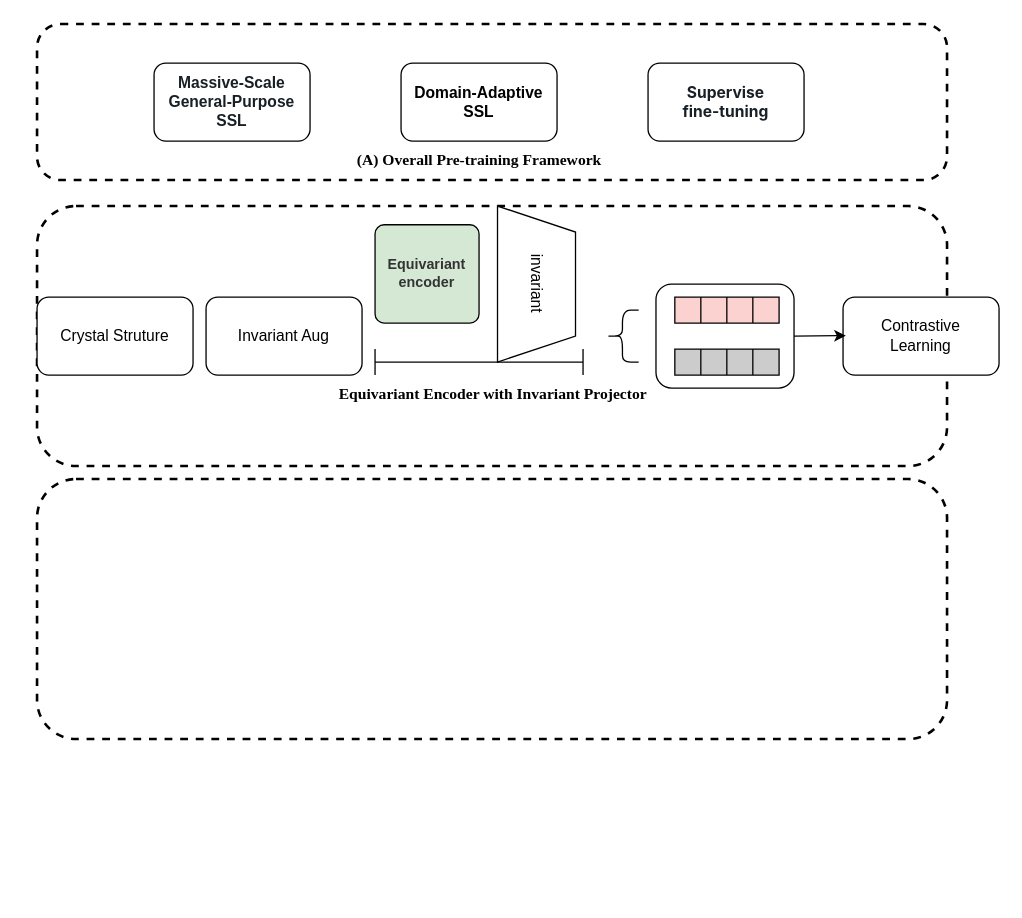
tetean/image-host keeps this draw.io diagram as pic/crystalssl.drawio. Above is the earlier version. Source tidied: cells renumbered, new cells numbered last; positions are measured from the earlier drawing's top-left corner, leaving out a move shared by most shapes. Both pictures are drawn from the tidied source at 130%, with x=0, y=0 at pixel (36, 23).
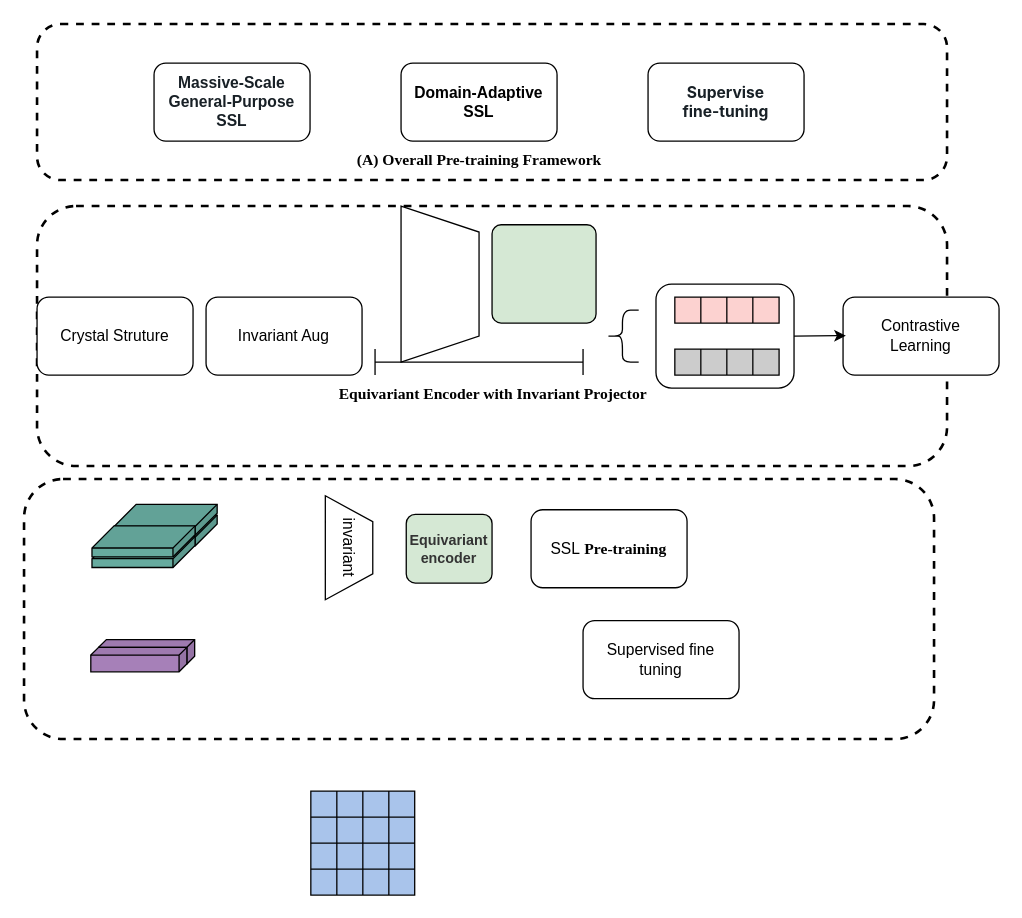
The same page after the edit.

Diff of the diagram source:
```diff
@@
     <mxCell id="10" style="rounded=1;whiteSpace=wrap;html=1;fillColor=none;strokeWidth=2;dashed=1;" parent="1" vertex="1">
-      <mxGeometry y="350" width="700" height="200" as="geometry" />
+      <mxGeometry x="-10" y="350" width="700" height="200" as="geometry" />
     </mxCell>
@@
-    <mxCell id="27" value="Equivariant&#10;encoder" style="rounded=1;absoluteArcSize=1;arcSize=14;whiteSpace=wrap;strokeWidth=1;direction=east;fillColor=#D5E8D4;fontColor=#333333;strokeColor=#000000;fontStyle=1;rotation=0;fontSize=11;labelBackgroundColor=none;" parent="1" vertex="1">
-      <mxGeometry x="260" y="154.4" width="80" height="75.6" as="geometry" />
+    <mxCell id="27" style="rounded=1;absoluteArcSize=1;arcSize=14;whiteSpace=wrap;strokeWidth=1;direction=east;fillColor=#D5E8D4;fontColor=#333333;strokeColor=#000000;fontStyle=1;rotation=0;fontSize=11;labelBackgroundColor=none;" parent="1" vertex="1">
+      <mxGeometry x="350" y="154.4" width="80" height="75.6" as="geometry" />
     </mxCell>
-    <mxCell id="28" value="invariant" style="shape=trapezoid;perimeter=trapezoidPerimeter;whiteSpace=wrap;html=1;fixedSize=1;rotation=90;" parent="1" vertex="1">
-      <mxGeometry x="324.2" y="170" width="120" height="60" as="geometry" />
+    <mxCell id="28" style="shape=trapezoid;perimeter=trapezoidPerimeter;whiteSpace=wrap;html=1;fixedSize=1;rotation=90;" parent="1" vertex="1">
+      <mxGeometry x="250" y="170" width="120" height="60" as="geometry" />
     </mxCell>
@@
+    <mxCell id="31" style="shape=cube;whiteSpace=wrap;html=1;boundedLbl=1;backgroundOutline=1;darkOpacity=0.05;darkOpacity2=0.1;rotation=-90;flipH=0;flipV=1;direction=south;size=17;fillColor=#67AB9F;" parent="1" vertex="1">
+      <mxGeometry x="87" y="350" width="23.8" height="79.3" as="geometry" />
+    </mxCell>
+    <mxCell id="32" style="shape=cube;whiteSpace=wrap;html=1;boundedLbl=1;backgroundOutline=1;darkOpacity=0.05;darkOpacity2=0.1;rotation=-90;flipH=0;flipV=1;direction=south;size=17;fillColor=#67AB9F;" parent="1" vertex="1">
+      <mxGeometry x="70" y="366.5" width="23.8" height="79.3" as="geometry" />
+    </mxCell>
+    <mxCell id="33" style="shape=cube;whiteSpace=wrap;html=1;boundedLbl=1;backgroundOutline=1;darkOpacity=0.05;darkOpacity2=0.1;rotation=-90;flipH=0;flipV=1;direction=south;size=17;fillColor=#67AB9F;" parent="1" vertex="1">
+      <mxGeometry x="87" y="341.7" width="23.8" height="79.3" as="geometry" />
+    </mxCell>
+    <mxCell id="34" style="shape=cube;whiteSpace=wrap;html=1;boundedLbl=1;backgroundOutline=1;darkOpacity=0.05;darkOpacity2=0.1;rotation=-90;flipH=0;flipV=1;direction=south;size=17;fillColor=#67AB9F;" parent="1" vertex="1">
+      <mxGeometry x="70" y="358.3" width="23.8" height="79.3" as="geometry" />
+    </mxCell>
+    <mxCell id="35" style="shape=cube;whiteSpace=wrap;html=1;boundedLbl=1;backgroundOutline=1;darkOpacity=0.05;darkOpacity2=0.1;rotation=-90;flipH=0;flipV=1;direction=south;size=6;fillColor=#A680B8;" parent="1" vertex="1">
+      <mxGeometry x="74.9" y="445.9" width="18.8" height="73.9" as="geometry" />
+    </mxCell>
+    <mxCell id="36" style="shape=cube;whiteSpace=wrap;html=1;boundedLbl=1;backgroundOutline=1;darkOpacity=0.05;darkOpacity2=0.1;rotation=-90;flipH=0;flipV=1;direction=south;size=6;fillColor=#A680B8;" parent="1" vertex="1">
+      <mxGeometry x="68.9" y="451.9" width="18.8" height="73.9" as="geometry" />
+    </mxCell>
+    <mxCell id="37" value="Equivariant&#10;encoder" style="rounded=1;absoluteArcSize=1;arcSize=14;whiteSpace=wrap;strokeWidth=1;direction=east;fillColor=#D5E8D4;fontColor=#333333;strokeColor=#000000;fontStyle=1;rotation=0;fontSize=11;labelBackgroundColor=none;" parent="1" vertex="1">
+      <mxGeometry x="284" y="377.1" width="66" height="52.9" as="geometry" />
+    </mxCell>
+    <mxCell id="38" value="invariant" style="shape=trapezoid;perimeter=trapezoidPerimeter;whiteSpace=wrap;html=1;fixedSize=1;rotation=90;" parent="1" vertex="1">
+      <mxGeometry x="200" y="384.6" width="80" height="36.5" as="geometry" />
+    </mxCell>
+    <mxCell id="39" style="shape=table;startSize=0;childLayout=tableLayout;fillColor=#A9C4EB;rounded=1;" parent="1" vertex="1">
+      <mxGeometry x="210.6" y="590" width="79.9" height="80" as="geometry" />
+    </mxCell>
+    <mxCell id="40" style="shape=tableRow;horizontal=0;startSize=0;swimlaneHead=0;swimlaneBody=0;strokeColor=inherit;top=0;left=0;bottom=0;right=0;fillColor=none;rounded=1;" parent="39" vertex="1">
+      <mxGeometry width="79.9" height="20" as="geometry" />
+    </mxCell>
+    <mxCell id="41" style="shape=partialRectangle;html=1;whiteSpace=wrap;strokeColor=inherit;overflow=hidden;fillColor=none;top=0;left=0;bottom=0;right=0;rounded=1;" parent="40" vertex="1">
+      <mxGeometry width="20" height="20" as="geometry" />
+    </mxCell>
+    <mxCell id="42" style="shape=partialRectangle;html=1;whiteSpace=wrap;strokeColor=inherit;overflow=hidden;fillColor=none;top=0;left=0;bottom=0;right=0;rounded=1;" parent="40" vertex="1">
+      <mxGeometry x="20" width="20" height="20" as="geometry" />
+    </mxCell>
+    <mxCell id="43" style="shape=partialRectangle;html=1;whiteSpace=wrap;strokeColor=inherit;overflow=hidden;fillColor=none;top=0;left=0;bottom=0;right=0;rounded=1;" parent="40" vertex="1">
+      <mxGeometry x="40" width="20" height="20" as="geometry" />
+    </mxCell>
+    <mxCell id="44" style="shape=partialRectangle;html=1;whiteSpace=wrap;strokeColor=inherit;overflow=hidden;fillColor=none;top=0;left=0;bottom=0;right=0;rounded=1;" parent="40" vertex="1">
+      <mxGeometry x="60" width="20" height="20" as="geometry" />
+    </mxCell>
+    <mxCell id="45" style="shape=tableRow;horizontal=0;startSize=0;swimlaneHead=0;swimlaneBody=0;strokeColor=inherit;top=0;left=0;bottom=0;right=0;fillColor=none;rounded=1;" parent="39" vertex="1">
+      <mxGeometry y="20" width="79.9" height="20" as="geometry" />
+    </mxCell>
+    <mxCell id="46" style="shape=partialRectangle;html=1;whiteSpace=wrap;strokeColor=inherit;overflow=hidden;fillColor=none;top=0;left=0;bottom=0;right=0;rounded=1;" parent="45" vertex="1">
+      <mxGeometry width="20" height="20" as="geometry" />
+    </mxCell>
+    <mxCell id="47" style="shape=partialRectangle;html=1;whiteSpace=wrap;strokeColor=inherit;overflow=hidden;fillColor=none;top=0;left=0;bottom=0;right=0;rounded=1;" parent="45" vertex="1">
+      <mxGeometry x="20" width="20" height="20" as="geometry" />
+    </mxCell>
+    <mxCell id="48" style="shape=partialRectangle;html=1;whiteSpace=wrap;strokeColor=inherit;overflow=hidden;fillColor=none;top=0;left=0;bottom=0;right=0;rounded=1;" parent="45" vertex="1">
+      <mxGeometry x="40" width="20" height="20" as="geometry" />
+    </mxCell>
+    <mxCell id="49" style="shape=partialRectangle;html=1;whiteSpace=wrap;strokeColor=inherit;overflow=hidden;fillColor=none;top=0;left=0;bottom=0;right=0;rounded=1;" parent="45" vertex="1">
+      <mxGeometry x="60" width="20" height="20" as="geometry" />
+    </mxCell>
+    <mxCell id="50" style="shape=tableRow;horizontal=0;startSize=0;swimlaneHead=0;swimlaneBody=0;strokeColor=inherit;top=0;left=0;bottom=0;right=0;fillColor=none;rounded=1;" parent="39" vertex="1">
+      <mxGeometry y="40" width="79.9" height="20" as="geometry" />
+    </mxCell>
+    <mxCell id="51" style="shape=partialRectangle;html=1;whiteSpace=wrap;strokeColor=inherit;overflow=hidden;fillColor=none;top=0;left=0;bottom=0;right=0;rounded=1;" parent="50" vertex="1">
+      <mxGeometry width="20" height="20" as="geometry" />
+    </mxCell>
+    <mxCell id="52" style="shape=partialRectangle;html=1;whiteSpace=wrap;strokeColor=inherit;overflow=hidden;fillColor=none;top=0;left=0;bottom=0;right=0;rounded=1;" parent="50" vertex="1">
+      <mxGeometry x="20" width="20" height="20" as="geometry" />
+    </mxCell>
+    <mxCell id="53" style="shape=partialRectangle;html=1;whiteSpace=wrap;strokeColor=inherit;overflow=hidden;fillColor=none;top=0;left=0;bottom=0;right=0;rounded=1;" parent="50" vertex="1">
+      <mxGeometry x="40" width="20" height="20" as="geometry" />
+    </mxCell>
+    <mxCell id="54" style="shape=partialRectangle;html=1;whiteSpace=wrap;strokeColor=inherit;overflow=hidden;fillColor=none;top=0;left=0;bottom=0;right=0;rounded=1;" parent="50" vertex="1">
+      <mxGeometry x="60" width="20" height="20" as="geometry" />
+    </mxCell>
+    <mxCell id="55" style="shape=tableRow;horizontal=0;startSize=0;swimlaneHead=0;swimlaneBody=0;strokeColor=inherit;top=0;left=0;bottom=0;right=0;fillColor=none;rounded=1;" parent="39" vertex="1">
+      <mxGeometry y="60" width="79.9" height="20" as="geometry" />
+    </mxCell>
+    <mxCell id="56" style="shape=partialRectangle;html=1;whiteSpace=wrap;strokeColor=inherit;overflow=hidden;fillColor=none;top=0;left=0;bottom=0;right=0;rounded=1;" parent="55" vertex="1">
+      <mxGeometry width="20" height="20" as="geometry" />
+    </mxCell>
+    <mxCell id="57" style="shape=partialRectangle;html=1;whiteSpace=wrap;strokeColor=inherit;overflow=hidden;fillColor=none;top=0;left=0;bottom=0;right=0;rounded=1;" parent="55" vertex="1">
+      <mxGeometry x="20" width="20" height="20" as="geometry" />
+    </mxCell>
+    <mxCell id="58" style="shape=partialRectangle;html=1;whiteSpace=wrap;strokeColor=inherit;overflow=hidden;fillColor=none;top=0;left=0;bottom=0;right=0;rounded=1;" parent="55" vertex="1">
+      <mxGeometry x="40" width="20" height="20" as="geometry" />
+    </mxCell>
+    <mxCell id="59" style="shape=partialRectangle;html=1;whiteSpace=wrap;strokeColor=inherit;overflow=hidden;fillColor=none;top=0;left=0;bottom=0;right=0;rounded=1;" parent="55" vertex="1">
+      <mxGeometry x="60" width="20" height="20" as="geometry" />
+    </mxCell>
+    <mxCell id="60" value="SSL&amp;nbsp;&lt;b&gt;&lt;font face=&quot;Times New Roman&quot;&gt;Pre-training&lt;/font&gt;&lt;/b&gt;" style="rounded=1;whiteSpace=wrap;html=1;" parent="1" vertex="1">
+      <mxGeometry x="380" y="373.6" width="120" height="60" as="geometry" />
+    </mxCell>
+    <mxCell id="61" value="Supervised fine tuning" style="rounded=1;whiteSpace=wrap;html=1;" parent="1" vertex="1">
+      <mxGeometry x="420" y="458.9" width="120" height="60" as="geometry" />
+    </mxCell>
```
